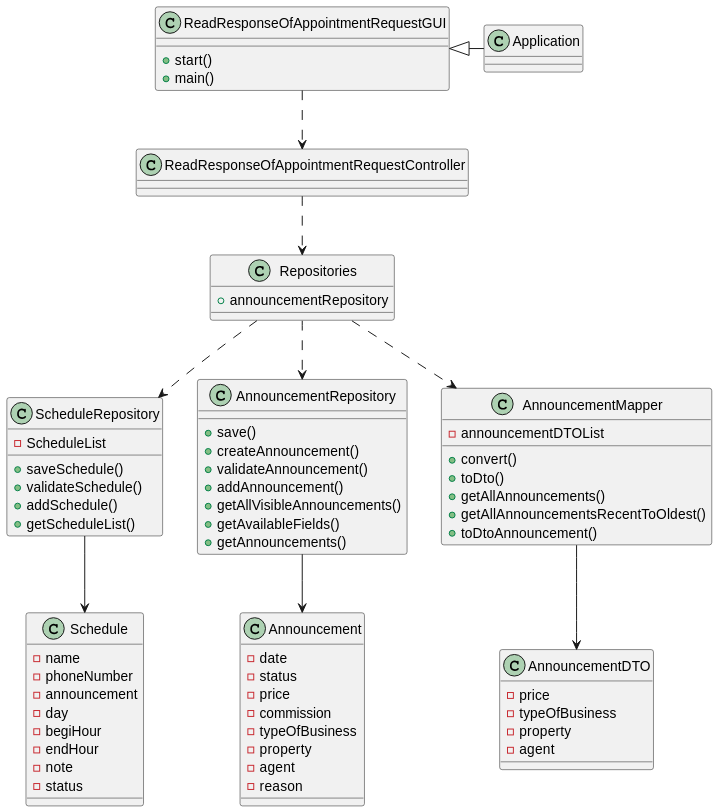
tiagohcorreia/LAPR2 keeps this PlantUML diagram as docs/sprintD/US020/03.design/svg/CD.svg. Above is the earlier version. Source of this version:
```plantuml
@startuml
class ReadResponseOfAppointmentRequestGUI {

    + start()
    + main()
}

class ReadResponseOfAppointmentRequestController {

}

class Repositories {

}

class Schedule {

    - name
    - phoneNumber
    - announcement
    - day
    - begiHour
    - endHour
    - note
    - status
}

class Repositories {

    + announcementRepository
}

class ScheduleRepository {

    - ScheduleList
    + saveSchedule()
    + validateSchedule()
    + addSchedule()
    + getScheduleList()
}

class AnnouncementRepository {

    + save()
    + createAnnouncement()
    + validateAnnouncement()
    + addAnnouncement()
    + getAllVisibleAnnouncements()
    + getAvailableFields()
    + getAnnouncements()
}

class AnnouncementDTO {

    - price
    - typeOfBusiness
    - property
    - agent
}

class AnnouncementMapper {

    - announcementDTOList
    + convert()
    + toDto()
    + getAllAnnouncements()
    + getAllAnnouncementsRecentToOldest()
    + toDtoAnnouncement()
}

class Announcement {

    -  date
    -  status
    -  price
    -  commission
    -  typeOfBusiness
    -  property
    -  agent
    -  reason
}


ReadResponseOfAppointmentRequestGUI ..> ReadResponseOfAppointmentRequestController
ReadResponseOfAppointmentRequestController ..> Repositories
Repositories ..> AnnouncementRepository
AnnouncementRepository --> Announcement
Repositories ..> AnnouncementMapper
Repositories ..> ScheduleRepository
AnnouncementMapper --> AnnouncementDTO
ScheduleRepository --> Schedule
Application -left-|> ReadResponseOfAppointmentRequestGUI
@enduml
```
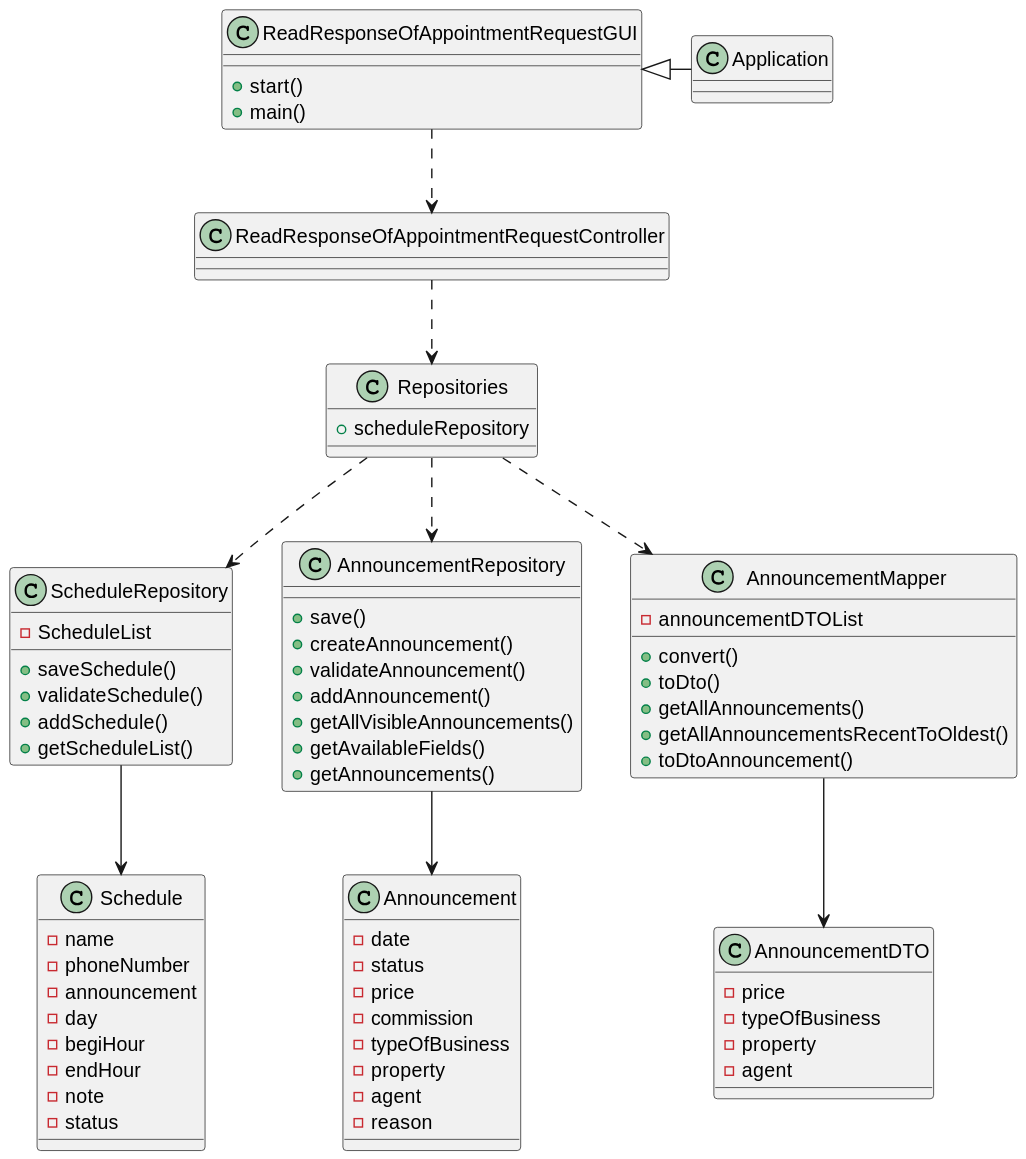
The same diagram one commit later.

Diff of the diagram source:
```diff
@@ -9,9 +9,7 @@
 
 }
 
-class Repositories {
 
-}
 
 class Schedule {
 
@@ -27,7 +25,7 @@
 
 class Repositories {
 
-    + announcementRepository
+    + scheduleRepository
 }
 
 class ScheduleRepository {
```
